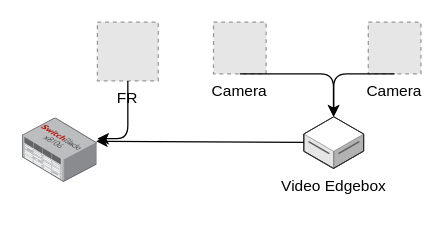
Before: MAS_framework_hardware.drawio in frankyzf/drawio, a draw.io diagram. Source tidied: cells renumbered, new cells numbered last; positions are measured from the earlier drawing's top-left corner, leaving out a move shared by most shapes. Both pictures are drawn from the tidied source at 129%, with x=0, y=0 at pixel (22, 22). Pictures stored in the file or linked from it are replaced by grey dashed boxes.
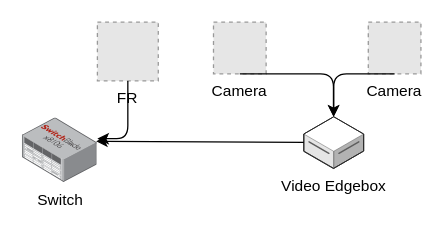
The same page after the edit.

Change to the diagram source:
```diff
@@
 <mxGraphModel>
   <root>
     <mxCell id="0" />
     <mxCell id="1" parent="0" />
     <mxCell id="2" value="Camera" style="fillColor=#E6E6E6;strokeColor=#999999;dashed=1;verticalLabelPosition=bottom;labelBackgroundColor=#ffffff;verticalAlign=top;" parent="1" vertex="1">
       <mxGeometry x="148" y="-0.3" width="40.8" height="40" as="geometry" />
     </mxCell>
     <mxCell id="3" value="Video Edgebox" style="verticalLabelPosition=bottom;html=1;verticalAlign=top;strokeWidth=1;align=center;outlineConnect=0;dashed=0;outlineConnect=0;shape=mxgraph.aws3d.dataServer;strokeColor=#5E5E5E;" parent="1" vertex="1">
       <mxGeometry x="218" y="73" width="46.4" height="40" as="geometry" />
     </mxCell>
-    <mxCell id="4" style="points=[];html=1;align=center;shadow=0;dashed=0;image;image=img/lib/allied_telesis/switch/Modular_Switch_SBx8106.svg;" parent="1" vertex="1">
+    <mxCell id="4" value="Switch" style="points=[];html=1;align=center;shadow=0;dashed=0;image;image=img/lib/allied_telesis/switch/Modular_Switch_SBx8106.svg;" parent="1" vertex="1">
       <mxGeometry x="-0.1" y="74" width="58.1" height="50" as="geometry" />
     </mxCell>
     <mxCell id="5" value="FR" style="fillColor=#E6E6E6;strokeColor=#999999;dashed=1;verticalLabelPosition=bottom;labelBackgroundColor=#ffffff;verticalAlign=top;" parent="1" vertex="1">
       <mxGeometry x="58" y="-0.3" width="47.2" height="45.5" as="geometry" />
     </mxCell>
     <mxCell id="6" value="Camera" style="fillColor=#E6E6E6;strokeColor=#999999;dashed=1;verticalLabelPosition=bottom;labelBackgroundColor=#ffffff;verticalAlign=top;" parent="1" vertex="1">
       <mxGeometry x="268" y="-0.3" width="40.8" height="40" as="geometry" />
     </mxCell>
     <mxCell id="7" style="edgeStyle=segmentEdgeStyle;endArrow=classic;html=1;" parent="1" edge="1" source="5">
       <mxGeometry relative="1" as="geometry">
         <mxPoint x="58" y="90" as="targetPoint" />
         <Array as="points">
           <mxPoint x="82" y="90" />
         </Array>
       </mxGeometry>
     </mxCell>
     <mxCell id="8" style="edgeStyle=segmentEdgeStyle;endArrow=classic;html=1;exitX=0.5;exitY=1;exitDx=0;exitDy=0;" parent="1" edge="1" source="2" target="3">
       <mxGeometry relative="1" as="geometry">
         <Array as="points">
           <mxPoint x="241" y="40" />
         </Array>
       </mxGeometry>
     </mxCell>
     <mxCell id="9" style="edgeStyle=segmentEdgeStyle;endArrow=classic;html=1;exitX=0.5;exitY=1;exitDx=0;exitDy=0;" parent="1" edge="1" source="6" target="3">
       <mxGeometry relative="1" as="geometry" />
     </mxCell>
     <mxCell id="10" style="endArrow=classic;html=1;entryX=0.983;entryY=0.36;entryDx=0;entryDy=0;entryPerimeter=0;" parent="1" edge="1" source="3" target="4">
       <mxGeometry relative="1" as="geometry" />
     </mxCell>
   </root>
 </mxGraphModel>
```
